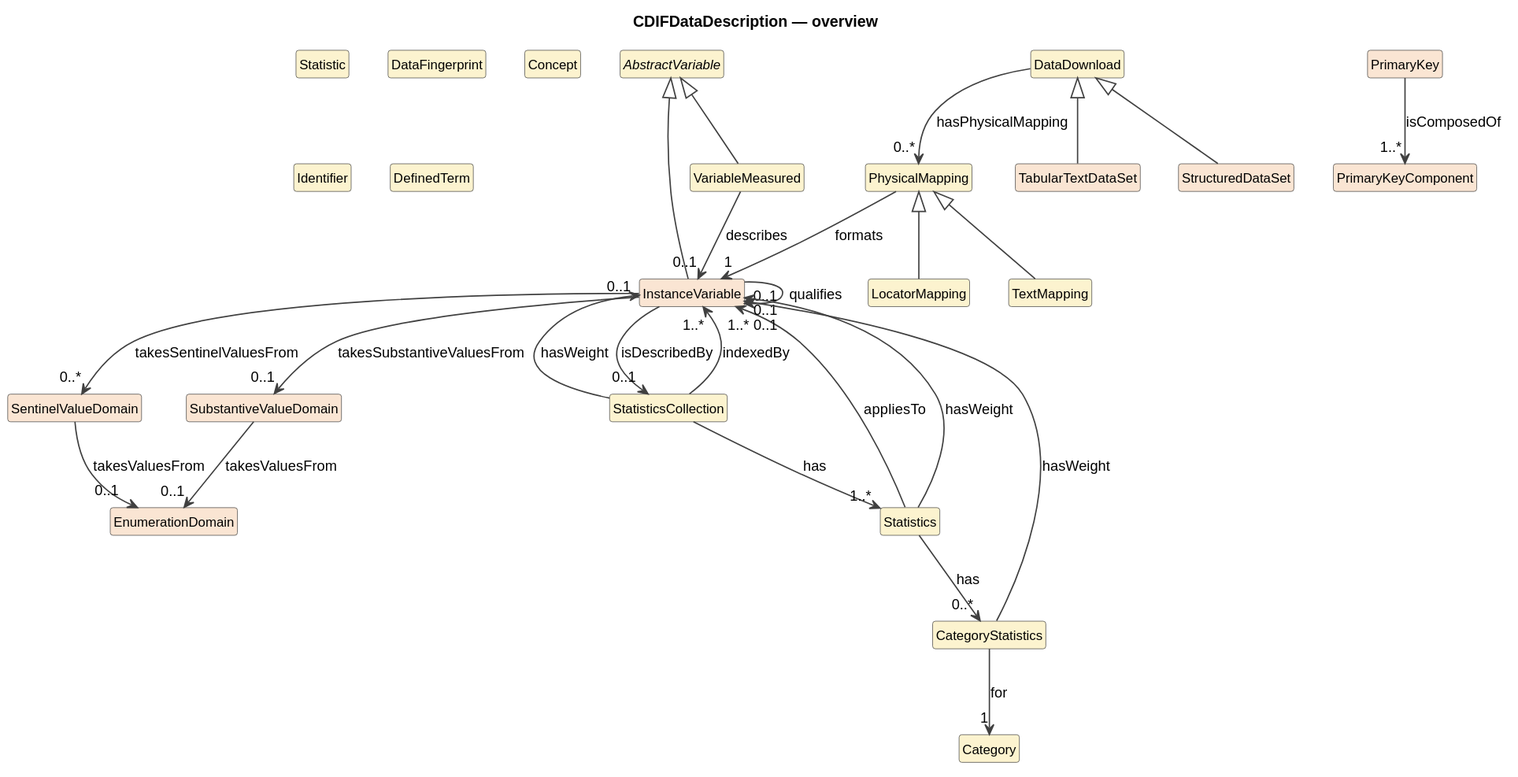
Cross-Domain-Interoperability-Framework/metadataBuildingBlocks keeps this PlantUML diagram as cdif-uml-model/_plantuml/cdifDataDescription/index.local.svg. Above is the earlier version.
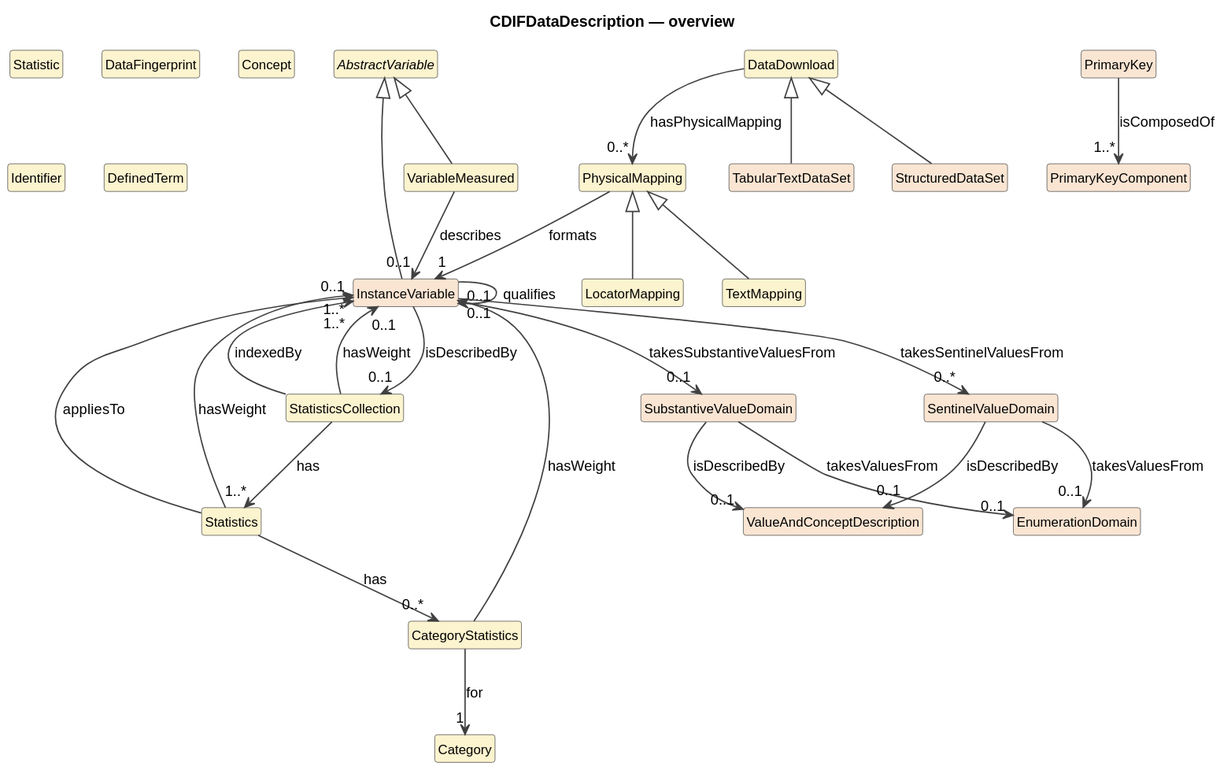
After the commit.

What changed in the source:
```diff
@@ -23,6 +23,7 @@
 class "Category" as Category #FCF3CF
 class "SubstantiveValueDomain" as SubstantiveValueDomain #FAE5D3
 class "SentinelValueDomain" as SentinelValueDomain #FAE5D3
+class "ValueAndConceptDescription" as ValueAndConceptDescription #FAE5D3
 class "EnumerationDomain" as EnumerationDomain #FAE5D3
 class "PhysicalMapping" as PhysicalMapping #FCF3CF
 class "TextMapping" as TextMapping #FCF3CF
@@ -55,6 +56,8 @@
 StatisticsCollection --> "1..*" InstanceVariable : indexedBy
 StatisticsCollection --> "0..1" InstanceVariable : hasWeight
 SubstantiveValueDomain --> "0..1" EnumerationDomain : takesValuesFrom
+SubstantiveValueDomain --> "0..1" ValueAndConceptDescription : isDescribedBy
 SentinelValueDomain --> "0..1" EnumerationDomain : takesValuesFrom
+SentinelValueDomain --> "0..1" ValueAndConceptDescription : isDescribedBy
 PhysicalMapping --> "1" InstanceVariable : formats
 @enduml
```
